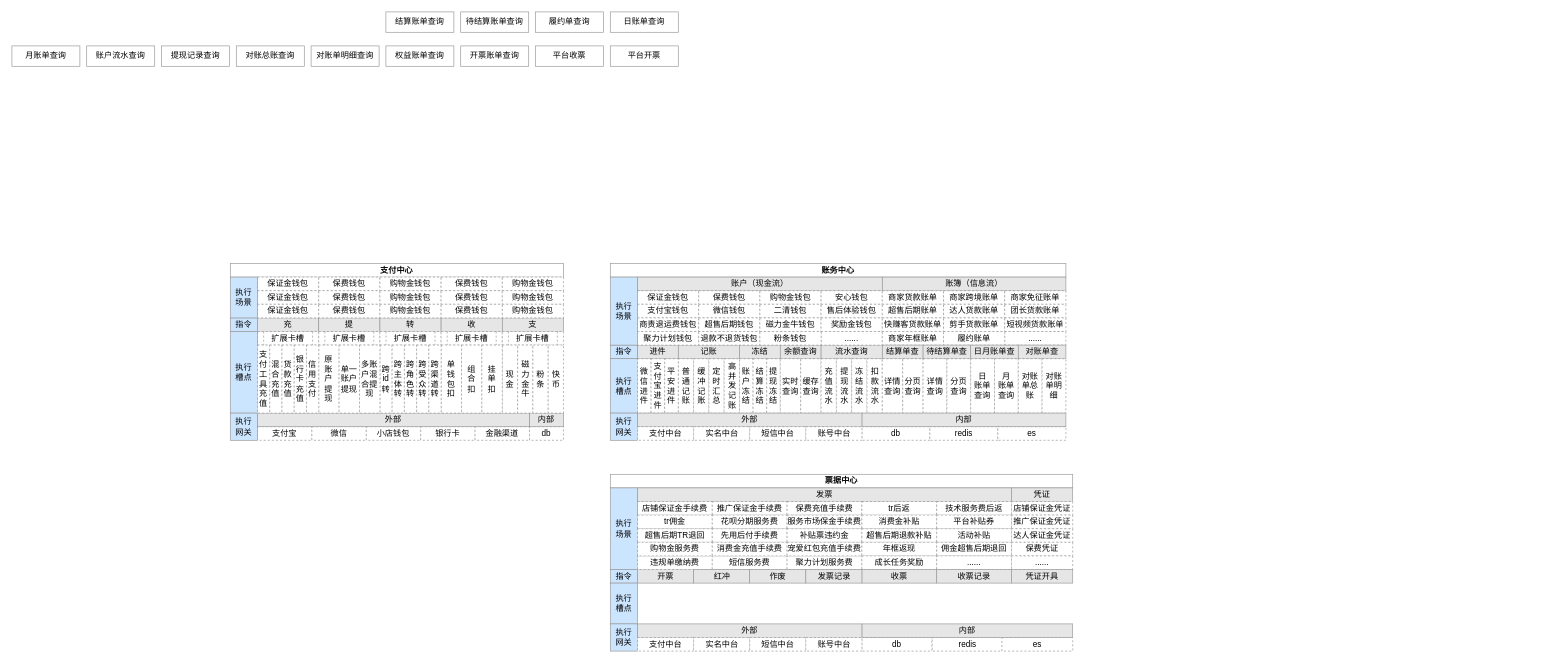
Above: kuaishou/funds/资金2024大图.drawio in leopardlz/lz_document (draw.io), before the change. Source tidied: cells renumbered, new cells numbered last; positions are measured from the earlier drawing's top-left corner, leaving out a move shared by most shapes. Both pictures are drawn from the tidied source at 68%, with x=0, y=0 at pixel (12, 12).
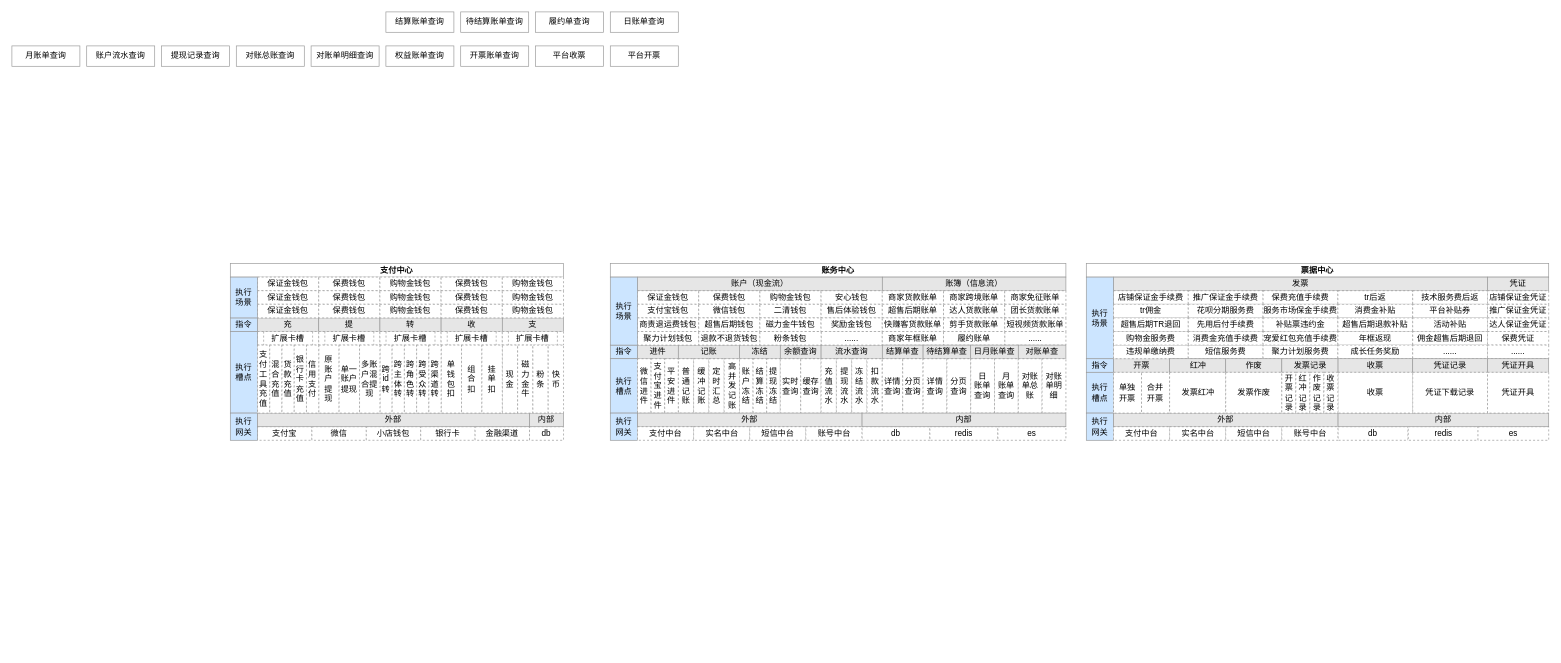
Above is the later version.

Commit message:
更新资金2024大图.drawio

The edit, as a diff of the source:
```diff
@@
     <mxCell id="140" value="开票" style="rounded=0;whiteSpace=wrap;html=1;strokeColor=#999999;fillColor=#E6E6E6;" parent="1" vertex="1">
-      <mxGeometry x="920" y="820" width="82.5" height="20" as="geometry" />
+      <mxGeometry x="1620" y="510" width="82.5" height="20" as="geometry" />
     </mxCell>
     <mxCell id="141" value="票据中心" style="rounded=0;whiteSpace=wrap;html=1;strokeColor=#999999;fillColor=#FFFFFF;fontColor=#000000;fontStyle=1;" parent="1" vertex="1">
-      <mxGeometry x="880" y="680" width="680" height="20" as="geometry" />
+      <mxGeometry x="1580" y="370" width="680" height="20" as="geometry" />
     </mxCell>
     <mxCell id="142" value="指令" style="rounded=0;whiteSpace=wrap;html=1;strokeColor=#999999;fillColor=#CCE5FF;fontColor=#000000;" parent="1" vertex="1">
-      <mxGeometry x="880" y="820" width="40" height="20" as="geometry" />
+      <mxGeometry x="1580" y="510" width="40" height="20" as="geometry" />
     </mxCell>
     <mxCell id="143" value="执行&lt;br&gt;槽点" style="rounded=0;whiteSpace=wrap;html=1;strokeColor=#999999;fillColor=#CCE5FF;fontColor=#000000;" parent="1" vertex="1">
-      <mxGeometry x="880" y="840" width="40" height="60" as="geometry" />
+      <mxGeometry x="1580" y="530" width="40" height="60" as="geometry" />
     </mxCell>
     <mxCell id="144" value="执行&lt;br&gt;网关" style="rounded=0;whiteSpace=wrap;html=1;strokeColor=#999999;fillColor=#CCE5FF;fontColor=#000000;" parent="1" vertex="1">
-      <mxGeometry x="880" y="900" width="40" height="40" as="geometry" />
+      <mxGeometry x="1580" y="590" width="40" height="40" as="geometry" />
     </mxCell>
     <mxCell id="145" value="发票" style="rounded=0;whiteSpace=wrap;html=1;strokeColor=#999999;fillColor=#E6E6E6;" parent="1" vertex="1">
-      <mxGeometry x="920" y="700" width="550" height="20" as="geometry" />
+      <mxGeometry x="1620" y="390" width="550" height="20" as="geometry" />
     </mxCell>
     <mxCell id="146" value="店铺保证金手续费" style="rounded=0;whiteSpace=wrap;html=1;strokeColor=#999999;fillColor=#FFFFFF;dashed=1;" parent="1" vertex="1">
-      <mxGeometry x="920" y="720" width="110" height="20" as="geometry" />
+      <mxGeometry x="1620" y="410" width="110" height="20" as="geometry" />
     </mxCell>
     <mxCell id="147" value="执行&lt;br&gt;场景" style="rounded=0;whiteSpace=wrap;html=1;strokeColor=#999999;fillColor=#CCE5FF;fontColor=#000000;" parent="1" vertex="1">
-      <mxGeometry x="880" y="700" width="40" height="120" as="geometry" />
+      <mxGeometry x="1580" y="390" width="40" height="120" as="geometry" />
     </mxCell>
     <mxCell id="148" value="db" style="rounded=0;whiteSpace=wrap;html=1;strokeColor=#999999;fillColor=#FFFFFF;dashed=1;" parent="1" vertex="1">
-      <mxGeometry x="1250" y="920" width="103" height="20" as="geometry" />
+      <mxGeometry x="1950" y="610" width="103" height="20" as="geometry" />
     </mxCell>
     <mxCell id="149" value="redis" style="rounded=0;whiteSpace=wrap;html=1;strokeColor=#999999;fillColor=#FFFFFF;dashed=1;" parent="1" vertex="1">
-      <mxGeometry x="1353.5" y="920" width="103" height="20" as="geometry" />
+      <mxGeometry x="2053.5" y="610" width="103" height="20" as="geometry" />
     </mxCell>
     <mxCell id="150" value="es" style="rounded=0;whiteSpace=wrap;html=1;strokeColor=#999999;fillColor=#FFFFFF;dashed=1;" parent="1" vertex="1">
-      <mxGeometry x="1456" y="920" width="104" height="20" as="geometry" />
+      <mxGeometry x="2156" y="610" width="104" height="20" as="geometry" />
     </mxCell>
     <mxCell id="151" value="内部" style="rounded=0;whiteSpace=wrap;html=1;strokeColor=#999999;fillColor=#E6E6E6;" parent="1" vertex="1">
-      <mxGeometry x="1250" y="900" width="310" height="20" as="geometry" />
+      <mxGeometry x="1950" y="590" width="310" height="20" as="geometry" />
     </mxCell>
     <mxCell id="152" value="外部" style="rounded=0;whiteSpace=wrap;html=1;strokeColor=#999999;fillColor=#E6E6E6;" parent="1" vertex="1">
-      <mxGeometry x="920" y="900" width="330" height="20" as="geometry" />
+      <mxGeometry x="1620" y="590" width="330" height="20" as="geometry" />
     </mxCell>
     <mxCell id="153" value="支付中台" style="rounded=0;whiteSpace=wrap;html=1;strokeColor=#999999;fillColor=#FFFFFF;dashed=1;" parent="1" vertex="1">
-      <mxGeometry x="920" y="920" width="82.5" height="20" as="geometry" />
+      <mxGeometry x="1620" y="610" width="82.5" height="20" as="geometry" />
     </mxCell>
     <mxCell id="154" value="实名中台" style="rounded=0;whiteSpace=wrap;html=1;strokeColor=#999999;fillColor=#FFFFFF;dashed=1;" parent="1" vertex="1">
-      <mxGeometry x="1002.5" y="920" width="82.5" height="20" as="geometry" />
+      <mxGeometry x="1702.5" y="610" width="82.5" height="20" as="geometry" />
     </mxCell>
     <mxCell id="155" value="短信中台" style="rounded=0;whiteSpace=wrap;html=1;strokeColor=#999999;fillColor=#FFFFFF;dashed=1;" parent="1" vertex="1">
-      <mxGeometry x="1085" y="920" width="82.5" height="20" as="geometry" />
+      <mxGeometry x="1785" y="610" width="82.5" height="20" as="geometry" />
     </mxCell>
     <mxCell id="156" value="账号中台" style="rounded=0;whiteSpace=wrap;html=1;strokeColor=#999999;fillColor=#FFFFFF;dashed=1;" parent="1" vertex="1">
-      <mxGeometry x="1167.5" y="920" width="82.5" height="20" as="geometry" />
+      <mxGeometry x="1867.5" y="610" width="82.5" height="20" as="geometry" />
     </mxCell>
     <mxCell id="157" value="凭证" style="rounded=0;whiteSpace=wrap;html=1;strokeColor=#999999;fillColor=#E6E6E6;" parent="1" vertex="1">
-      <mxGeometry x="1470" y="700" width="90" height="20" as="geometry" />
+      <mxGeometry x="2170" y="390" width="90" height="20" as="geometry" />
     </mxCell>
     <mxCell id="158" value="店铺保证金凭证" style="rounded=0;whiteSpace=wrap;html=1;strokeColor=#999999;fillColor=#FFFFFF;dashed=1;" parent="1" vertex="1">
-      <mxGeometry x="1470" y="720" width="90" height="20" as="geometry" />
+      <mxGeometry x="2170" y="410" width="90" height="20" as="geometry" />
     </mxCell>
     <mxCell id="159" value="推广保证金凭证" style="rounded=0;whiteSpace=wrap;html=1;strokeColor=#999999;fillColor=#FFFFFF;dashed=1;" parent="1" vertex="1">
-      <mxGeometry x="1470" y="740" width="90" height="20" as="geometry" />
+      <mxGeometry x="2170" y="430" width="90" height="20" as="geometry" />
     </mxCell>
     <mxCell id="160" value="达人保证金凭证" style="rounded=0;whiteSpace=wrap;html=1;strokeColor=#999999;fillColor=#FFFFFF;dashed=1;" parent="1" vertex="1">
-      <mxGeometry x="1470" y="760" width="90" height="20" as="geometry" />
+      <mxGeometry x="2170" y="450" width="90" height="20" as="geometry" />
     </mxCell>
     <mxCell id="161" value="推广保证金手续费" style="rounded=0;whiteSpace=wrap;html=1;strokeColor=#999999;fillColor=#FFFFFF;dashed=1;" parent="1" vertex="1">
-      <mxGeometry x="1030" y="720" width="110" height="20" as="geometry" />
+      <mxGeometry x="1730" y="410" width="110" height="20" as="geometry" />
     </mxCell>
     <mxCell id="162" value="保费充值手续费" style="rounded=0;whiteSpace=wrap;html=1;strokeColor=#999999;fillColor=#FFFFFF;dashed=1;" parent="1" vertex="1">
-      <mxGeometry x="1140" y="720" width="110" height="20" as="geometry" />
+      <mxGeometry x="1840" y="410" width="110" height="20" as="geometry" />
     </mxCell>
     <mxCell id="163" value="tr后返" style="rounded=0;whiteSpace=wrap;html=1;strokeColor=#999999;fillColor=#FFFFFF;dashed=1;" parent="1" vertex="1">
-      <mxGeometry x="1250" y="720" width="110" height="20" as="geometry" />
+      <mxGeometry x="1950" y="410" width="110" height="20" as="geometry" />
     </mxCell>
     <mxCell id="164" value="违规单缴纳费" style="rounded=0;whiteSpace=wrap;html=1;strokeColor=#999999;fillColor=#FFFFFF;dashed=1;" parent="1" vertex="1">
-      <mxGeometry x="920" y="800" width="110" height="20" as="geometry" />
+      <mxGeometry x="1620" y="490" width="110" height="20" as="geometry" />
     </mxCell>
     <mxCell id="165" value="tr佣金" style="rounded=0;whiteSpace=wrap;html=1;strokeColor=#999999;fillColor=#FFFFFF;dashed=1;" parent="1" vertex="1">
-      <mxGeometry x="920" y="740" width="110" height="20" as="geometry" />
+      <mxGeometry x="1620" y="430" width="110" height="20" as="geometry" />
     </mxCell>
     <mxCell id="166" value="花呗分期服务费" style="rounded=0;whiteSpace=wrap;html=1;strokeColor=#999999;fillColor=#FFFFFF;dashed=1;" parent="1" vertex="1">
-      <mxGeometry x="1030" y="740" width="110" height="20" as="geometry" />
+      <mxGeometry x="1730" y="430" width="110" height="20" as="geometry" />
     </mxCell>
     <mxCell id="167" value="服务市场保金手续费" style="rounded=0;whiteSpace=wrap;html=1;strokeColor=#999999;fillColor=#FFFFFF;dashed=1;" parent="1" vertex="1">
-      <mxGeometry x="1140" y="740" width="110" height="20" as="geometry" />
+      <mxGeometry x="1840" y="430" width="110" height="20" as="geometry" />
     </mxCell>
     <mxCell id="168" value="短信服务费" style="rounded=0;whiteSpace=wrap;html=1;strokeColor=#999999;fillColor=#FFFFFF;dashed=1;" parent="1" vertex="1">
-      <mxGeometry x="1030" y="800" width="110" height="20" as="geometry" />
+      <mxGeometry x="1730" y="490" width="110" height="20" as="geometry" />
     </mxCell>
     <mxCell id="169" value="超售后期TR退回" style="rounded=0;whiteSpace=wrap;html=1;strokeColor=#999999;fillColor=#FFFFFF;dashed=1;" parent="1" vertex="1">
-      <mxGeometry x="920" y="760" width="110" height="20" as="geometry" />
+      <mxGeometry x="1620" y="450" width="110" height="20" as="geometry" />
     </mxCell>
     <mxCell id="170" value="先用后付手续费" style="rounded=0;whiteSpace=wrap;html=1;strokeColor=#999999;fillColor=#FFFFFF;dashed=1;" parent="1" vertex="1">
-      <mxGeometry x="1030" y="760" width="110" height="20" as="geometry" />
+      <mxGeometry x="1730" y="450" width="110" height="20" as="geometry" />
     </mxCell>
     <mxCell id="171" value="补贴票违约金" style="rounded=0;whiteSpace=wrap;html=1;strokeColor=#999999;fillColor=#FFFFFF;dashed=1;" parent="1" vertex="1">
-      <mxGeometry x="1140" y="760" width="110" height="20" as="geometry" />
+      <mxGeometry x="1840" y="450" width="110" height="20" as="geometry" />
     </mxCell>
     <mxCell id="172" value="聚力计划服务费" style="rounded=0;whiteSpace=wrap;html=1;strokeColor=#999999;fillColor=#FFFFFF;dashed=1;" parent="1" vertex="1">
-      <mxGeometry x="1140" y="800" width="110" height="20" as="geometry" />
+      <mxGeometry x="1840" y="490" width="110" height="20" as="geometry" />
     </mxCell>
     <mxCell id="173" value="购物金服务费" style="rounded=0;whiteSpace=wrap;html=1;strokeColor=#999999;fillColor=#FFFFFF;dashed=1;" parent="1" vertex="1">
-      <mxGeometry x="920" y="780" width="110" height="20" as="geometry" />
+      <mxGeometry x="1620" y="470" width="110" height="20" as="geometry" />
     </mxCell>
     <mxCell id="174" value="消费金充值手续费" style="rounded=0;whiteSpace=wrap;html=1;strokeColor=#999999;fillColor=#FFFFFF;dashed=1;" parent="1" vertex="1">
-      <mxGeometry x="1030" y="780" width="110" height="20" as="geometry" />
+      <mxGeometry x="1730" y="470" width="110" height="20" as="geometry" />
     </mxCell>
     <mxCell id="175" value="宠爱红包充值手续费" style="rounded=0;whiteSpace=wrap;html=1;strokeColor=#999999;fillColor=#FFFFFF;dashed=1;" parent="1" vertex="1">
-      <mxGeometry x="1140" y="780" width="110" height="20" as="geometry" />
+      <mxGeometry x="1840" y="470" width="110" height="20" as="geometry" />
     </mxCell>
     <mxCell id="176" value="保费凭证" style="rounded=0;whiteSpace=wrap;html=1;strokeColor=#999999;fillColor=#FFFFFF;dashed=1;" parent="1" vertex="1">
-      <mxGeometry x="1470" y="780" width="90" height="20" as="geometry" />
+      <mxGeometry x="2170" y="470" width="90" height="20" as="geometry" />
     </mxCell>
     <mxCell id="177" value="......" style="rounded=0;whiteSpace=wrap;html=1;strokeColor=#999999;fillColor=#FFFFFF;dashed=1;" parent="1" vertex="1">
-      <mxGeometry x="1470" y="800" width="90" height="20" as="geometry" />
+      <mxGeometry x="2170" y="490" width="90" height="20" as="geometry" />
     </mxCell>
     <mxCell id="178" value="技术服务费后返" style="rounded=0;whiteSpace=wrap;html=1;strokeColor=#999999;fillColor=#FFFFFF;dashed=1;" parent="1" vertex="1">
-      <mxGeometry x="1360" y="720" width="110" height="20" as="geometry" />
+      <mxGeometry x="2060" y="410" width="110" height="20" as="geometry" />
     </mxCell>
     <mxCell id="179" value="消费金补贴" style="rounded=0;whiteSpace=wrap;html=1;strokeColor=#999999;fillColor=#FFFFFF;dashed=1;" parent="1" vertex="1">
-      <mxGeometry x="1250" y="740" width="110" height="20" as="geometry" />
+      <mxGeometry x="1950" y="430" width="110" height="20" as="geometry" />
     </mxCell>
     <mxCell id="180" value="平台补贴券" style="rounded=0;whiteSpace=wrap;html=1;strokeColor=#999999;fillColor=#FFFFFF;dashed=1;" parent="1" vertex="1">
-      <mxGeometry x="1360" y="740" width="110" height="20" as="geometry" />
+      <mxGeometry x="2060" y="430" width="110" height="20" as="geometry" />
     </mxCell>
     <mxCell id="181" value="超售后期退款补贴" style="rounded=0;whiteSpace=wrap;html=1;strokeColor=#999999;fillColor=#FFFFFF;dashed=1;" parent="1" vertex="1">
-      <mxGeometry x="1250" y="760" width="110" height="20" as="geometry" />
+      <mxGeometry x="1950" y="450" width="110" height="20" as="geometry" />
     </mxCell>
     <mxCell id="182" value="活动补贴" style="rounded=0;whiteSpace=wrap;html=1;strokeColor=#999999;fillColor=#FFFFFF;dashed=1;" parent="1" vertex="1">
-      <mxGeometry x="1360" y="760" width="110" height="20" as="geometry" />
+      <mxGeometry x="2060" y="450" width="110" height="20" as="geometry" />
     </mxCell>
     <mxCell id="183" value="年框返现" style="rounded=0;whiteSpace=wrap;html=1;strokeColor=#999999;fillColor=#FFFFFF;dashed=1;" parent="1" vertex="1">
-      <mxGeometry x="1250" y="780" width="110" height="20" as="geometry" />
+      <mxGeometry x="1950" y="470" width="110" height="20" as="geometry" />
     </mxCell>
     <mxCell id="184" value="佣金超售后期退回" style="rounded=0;whiteSpace=wrap;html=1;strokeColor=#999999;fillColor=#FFFFFF;dashed=1;" parent="1" vertex="1">
-      <mxGeometry x="1360" y="780" width="110" height="20" as="geometry" />
+      <mxGeometry x="2060" y="470" width="110" height="20" as="geometry" />
     </mxCell>
     <mxCell id="185" value="成长任务奖励" style="rounded=0;whiteSpace=wrap;html=1;strokeColor=#999999;fillColor=#FFFFFF;dashed=1;" parent="1" vertex="1">
-      <mxGeometry x="1250" y="800" width="110" height="20" as="geometry" />
+      <mxGeometry x="1950" y="490" width="110" height="20" as="geometry" />
     </mxCell>
     <mxCell id="186" value="......" style="rounded=0;whiteSpace=wrap;html=1;strokeColor=#999999;fillColor=#FFFFFF;dashed=1;" parent="1" vertex="1">
-      <mxGeometry x="1360" y="800" width="110" height="20" as="geometry" />
+      <mxGeometry x="2060" y="490" width="110" height="20" as="geometry" />
     </mxCell>
     <mxCell id="187" value="收票" style="rounded=0;whiteSpace=wrap;html=1;strokeColor=#999999;fillColor=#E6E6E6;" parent="1" vertex="1">
-      <mxGeometry x="1250" y="820" width="110" height="20" as="geometry" />
+      <mxGeometry x="1950" y="510" width="110" height="20" as="geometry" />
     </mxCell>
     <mxCell id="188" value="凭证开具" style="rounded=0;whiteSpace=wrap;html=1;strokeColor=#999999;fillColor=#E6E6E6;" parent="1" vertex="1">
-      <mxGeometry x="1470" y="820" width="90" height="20" as="geometry" />
+      <mxGeometry x="2170" y="510" width="90" height="20" as="geometry" />
     </mxCell>
@@
     <mxCell id="205" value="红冲" style="rounded=0;whiteSpace=wrap;html=1;strokeColor=#999999;fillColor=#E6E6E6;" parent="1" vertex="1">
-      <mxGeometry x="1002.5" y="820" width="82.5" height="20" as="geometry" />
+      <mxGeometry x="1702.5" y="510" width="82.5" height="20" as="geometry" />
     </mxCell>
     <mxCell id="206" value="作废" style="rounded=0;whiteSpace=wrap;html=1;strokeColor=#999999;fillColor=#E6E6E6;" parent="1" vertex="1">
-      <mxGeometry x="1085" y="820" width="82.5" height="20" as="geometry" />
+      <mxGeometry x="1785" y="510" width="82.5" height="20" as="geometry" />
     </mxCell>
     <mxCell id="207" value="发票记录" style="rounded=0;whiteSpace=wrap;html=1;strokeColor=#999999;fillColor=#E6E6E6;" parent="1" vertex="1">
-      <mxGeometry x="1167.5" y="820" width="82.5" height="20" as="geometry" />
+      <mxGeometry x="1867.5" y="510" width="82.5" height="20" as="geometry" />
     </mxCell>
-    <mxCell id="208" value="收票记录" style="rounded=0;whiteSpace=wrap;html=1;strokeColor=#999999;fillColor=#E6E6E6;" parent="1" vertex="1">
-      <mxGeometry x="1360" y="820" width="110" height="20" as="geometry" />
+    <mxCell id="208" value="凭证记录" style="rounded=0;whiteSpace=wrap;html=1;strokeColor=#999999;fillColor=#E6E6E6;" parent="1" vertex="1">
+      <mxGeometry x="2060" y="510" width="110" height="20" as="geometry" />
     </mxCell>
+    <mxCell id="209" value="单独&lt;br&gt;开票" style="rounded=0;whiteSpace=wrap;html=1;strokeColor=#999999;dashed=1;" parent="1" vertex="1">
+      <mxGeometry x="1620" y="530" width="41.2" height="60" as="geometry" />
+    </mxCell>
+    <mxCell id="210" value="合并&lt;br&gt;开票" style="rounded=0;whiteSpace=wrap;html=1;strokeColor=#999999;dashed=1;" parent="1" vertex="1">
+      <mxGeometry x="1661.2" y="530" width="41.2" height="60" as="geometry" />
+    </mxCell>
+    <mxCell id="211" value="发票红冲" style="rounded=0;whiteSpace=wrap;html=1;strokeColor=#999999;dashed=1;" parent="1" vertex="1">
+      <mxGeometry x="1702.5" y="530" width="82.5" height="60" as="geometry" />
+    </mxCell>
+    <mxCell id="212" value="发票作废" style="rounded=0;whiteSpace=wrap;html=1;strokeColor=#999999;dashed=1;" parent="1" vertex="1">
+      <mxGeometry x="1785" y="530" width="82.5" height="60" as="geometry" />
+    </mxCell>
+    <mxCell id="213" value="收票" style="rounded=0;whiteSpace=wrap;html=1;strokeColor=#999999;dashed=1;" parent="1" vertex="1">
+      <mxGeometry x="1950" y="530" width="110" height="60" as="geometry" />
+    </mxCell>
+    <mxCell id="214" value="开票记录" style="rounded=0;whiteSpace=wrap;html=1;strokeColor=#999999;dashed=1;" parent="1" vertex="1">
+      <mxGeometry x="1867.5" y="530" width="20.6" height="60" as="geometry" />
+    </mxCell>
+    <mxCell id="215" value="红冲记录" style="rounded=0;whiteSpace=wrap;html=1;strokeColor=#999999;dashed=1;" parent="1" vertex="1">
+      <mxGeometry x="1888.1" y="530" width="20.6" height="60" as="geometry" />
+    </mxCell>
+    <mxCell id="216" value="作废记录" style="rounded=0;whiteSpace=wrap;html=1;strokeColor=#999999;dashed=1;" parent="1" vertex="1">
+      <mxGeometry x="1908.8" y="530" width="20.6" height="60" as="geometry" />
+    </mxCell>
+    <mxCell id="217" value="收票记录" style="rounded=0;whiteSpace=wrap;html=1;strokeColor=#999999;dashed=1;" parent="1" vertex="1">
+      <mxGeometry x="1929.4" y="530" width="20.6" height="60" as="geometry" />
+    </mxCell>
+    <mxCell id="218" value="凭证下载记录" style="rounded=0;whiteSpace=wrap;html=1;strokeColor=#999999;dashed=1;" parent="1" vertex="1">
+      <mxGeometry x="2060" y="530" width="110" height="60" as="geometry" />
+    </mxCell>
+    <mxCell id="219" value="凭证开具" style="rounded=0;whiteSpace=wrap;html=1;strokeColor=#999999;dashed=1;" parent="1" vertex="1">
+      <mxGeometry x="2170" y="530" width="90" height="60" as="geometry" />
+    </mxCell>
```
